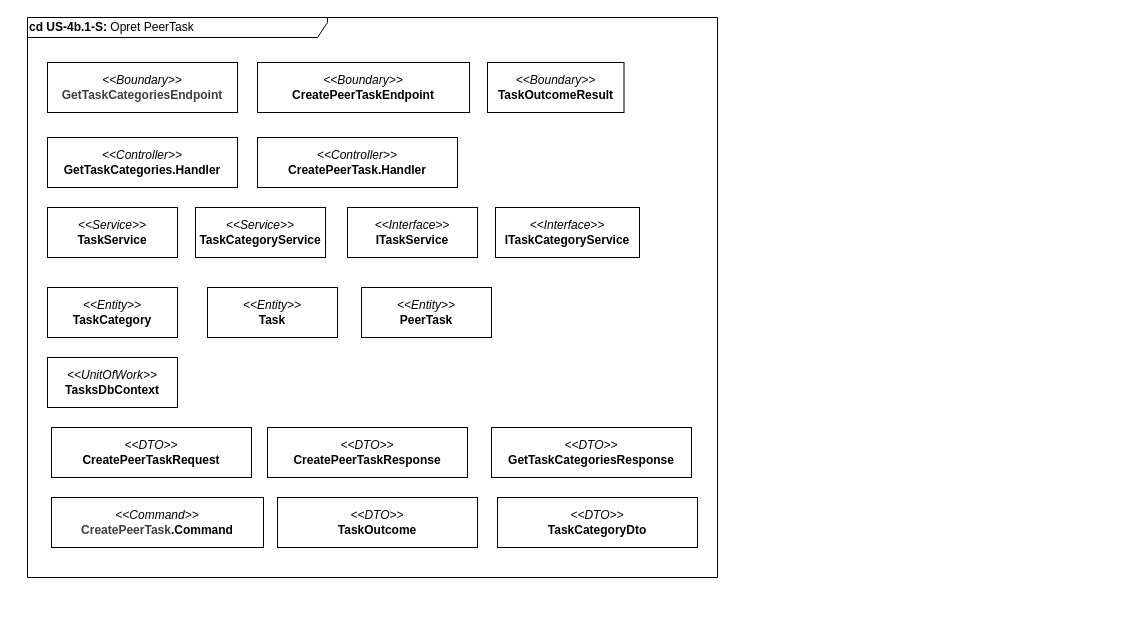
This is page "2 - klasser" (2 of 3) of drawio/Applikationsmodeller/US4b/BE/US4b_1_CreatePeerTask.drawio from Echo-AU/artifacts, a draw.io file, before an edit. Source tidied: cells renumbered, new cells numbered last; positions are measured from the earlier drawing's top-left corner, leaving out a move shared by most shapes. Both pictures are drawn from the tidied source at 100%, with x=0, y=0 at pixel (27, 17).
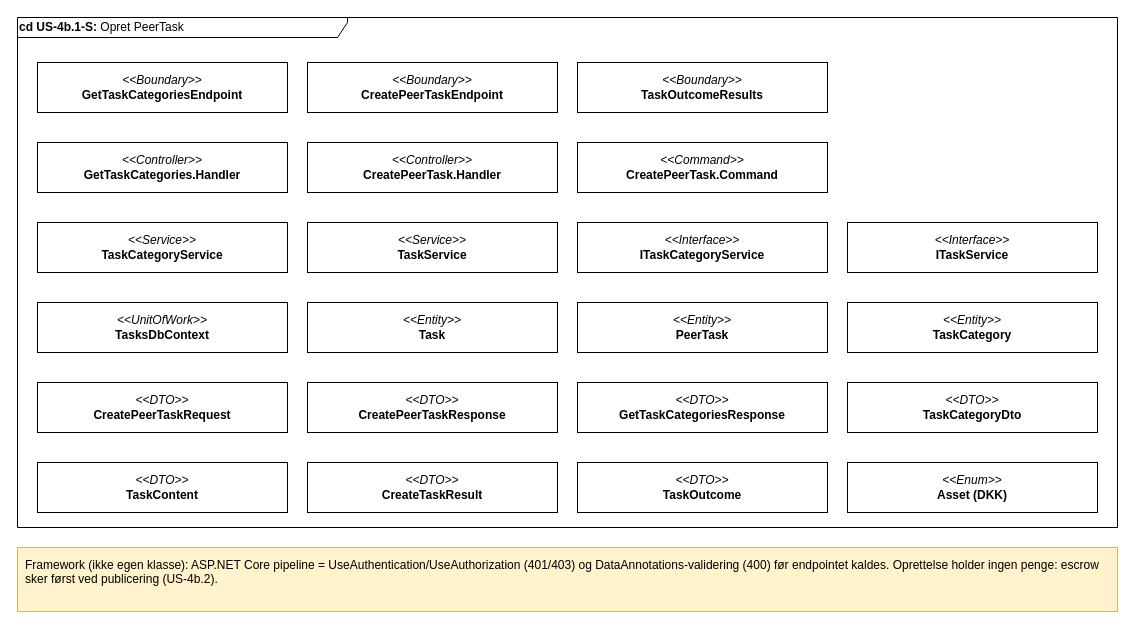
The same page after the edit.

Change to the diagram source:
```diff
@@
-    <mxCell id="0" />
-    <mxCell id="1" parent="0" />
+    <mxCell id="22" />
+    <mxCell id="23" parent="22" />
-    <mxCell id="2" value="&lt;b&gt;cd US-4b.1-S: &lt;/b&gt;Opret PeerTask" style="shape=umlFrame;whiteSpace=wrap;html=1;width=300;height=20;align=left;" parent="1" vertex="1">
-      <mxGeometry width="690" height="560" as="geometry" />
+    <mxCell id="2" value="&lt;b&gt;cd US-4b.1-S: &lt;/b&gt;Opret PeerTask" style="shape=umlFrame;whiteSpace=wrap;html=1;width=330;height=20;align=left;" parent="23" vertex="1">
+      <mxGeometry x="-10" width="1100" height="510" as="geometry" />
     </mxCell>
-    <mxCell id="3" value="&lt;span style=&quot;font-weight: normal;&quot;&gt;&lt;i&gt;&amp;lt;&amp;lt;Boundary&amp;gt;&amp;gt;&lt;/i&gt;&lt;/span&gt;&lt;div&gt;&lt;span style=&quot;color: rgb(63, 63, 63); scrollbar-color: rgba(121, 121, 121, 0.4) rgb(30, 30, 30);&quot;&gt;GetTaskCategoriesEndpoint&lt;/span&gt;&lt;/div&gt;" style="rounded=0;whiteSpace=wrap;html=1;fontStyle=1;" parent="1" vertex="1">
-      <mxGeometry x="20" y="45" width="190" height="50" as="geometry" />
+    <mxCell id="3" value="&lt;span style=&quot;font-weight: normal;&quot;&gt;&lt;i&gt;&amp;lt;&amp;lt;Boundary&amp;gt;&amp;gt;&lt;/i&gt;&lt;/span&gt;&lt;div&gt;GetTaskCategoriesEndpoint&lt;/div&gt;" style="rounded=0;whiteSpace=wrap;html=1;fontStyle=1;" parent="23" vertex="1">
+      <mxGeometry x="10" y="45" width="250" height="50" as="geometry" />
     </mxCell>
-    <mxCell id="4" value="&lt;span style=&quot;font-weight: normal;&quot;&gt;&lt;i&gt;&amp;lt;&amp;lt;Boundary&amp;gt;&amp;gt;&lt;/i&gt;&lt;/span&gt;&lt;div&gt;CreatePeerTaskEndpoint&lt;/div&gt;" style="rounded=0;whiteSpace=wrap;html=1;fontStyle=1;" parent="1" vertex="1">
-      <mxGeometry x="230" y="45" width="212" height="50" as="geometry" />
+    <mxCell id="4" value="&lt;span style=&quot;font-weight: normal;&quot;&gt;&lt;i&gt;&amp;lt;&amp;lt;Boundary&amp;gt;&amp;gt;&lt;/i&gt;&lt;/span&gt;&lt;div&gt;CreatePeerTaskEndpoint&lt;/div&gt;" style="rounded=0;whiteSpace=wrap;html=1;fontStyle=1;" parent="23" vertex="1">
+      <mxGeometry x="280" y="45" width="250" height="50" as="geometry" />
     </mxCell>
-    <mxCell id="5" value="&lt;span style=&quot;font-weight: normal;&quot;&gt;&lt;i&gt;&amp;lt;&amp;lt;Boundary&amp;gt;&amp;gt;&lt;/i&gt;&lt;/span&gt;&lt;div&gt;TaskOutcomeResult&lt;/div&gt;" style="rounded=0;whiteSpace=wrap;html=1;fontStyle=1;" parent="1" vertex="1">
-      <mxGeometry x="460" y="45" width="136.5" height="50" as="geometry" />
-    </mxCell>
+    <mxCell id="24" value="&lt;span style=&quot;font-weight: normal;&quot;&gt;&lt;i&gt;&amp;lt;&amp;lt;Boundary&amp;gt;&amp;gt;&lt;/i&gt;&lt;/span&gt;&lt;div&gt;TaskOutcomeResults&lt;/div&gt;" style="rounded=0;whiteSpace=wrap;html=1;fontStyle=1;" parent="23" vertex="1">
+      <mxGeometry x="550" y="45" width="250" height="50" as="geometry" />
+    </mxCell>
-    <mxCell id="6" value="&lt;span style=&quot;font-weight: normal;&quot;&gt;&lt;i&gt;&amp;lt;&amp;lt;Controller&amp;gt;&amp;gt;&lt;/i&gt;&lt;/span&gt;&lt;div&gt;GetTaskCategories.Handler&lt;/div&gt;" style="rounded=0;whiteSpace=wrap;html=1;fontStyle=1;" parent="1" vertex="1">
-      <mxGeometry x="20" y="120" width="190" height="50" as="geometry" />
+    <mxCell id="6" value="&lt;span style=&quot;font-weight: normal;&quot;&gt;&lt;i&gt;&amp;lt;&amp;lt;Controller&amp;gt;&amp;gt;&lt;/i&gt;&lt;/span&gt;&lt;div&gt;GetTaskCategories.Handler&lt;/div&gt;" style="rounded=0;whiteSpace=wrap;html=1;fontStyle=1;" parent="23" vertex="1">
+      <mxGeometry x="10" y="125" width="250" height="50" as="geometry" />
     </mxCell>
-    <mxCell id="7" value="&lt;span style=&quot;font-weight: normal;&quot;&gt;&lt;i&gt;&amp;lt;&amp;lt;Command&amp;gt;&amp;gt;&lt;br&gt;&lt;/i&gt;&lt;/span&gt;&lt;div&gt;&lt;span style=&quot;color: rgb(63, 63, 63); background-color: transparent;&quot;&gt;CreatePeerTask&lt;/span&gt;.Command&lt;/div&gt;" style="rounded=0;whiteSpace=wrap;html=1;fontStyle=1;" parent="1" vertex="1">
-      <mxGeometry x="24" y="480" width="212" height="50" as="geometry" />
-    </mxCell>
-    <mxCell id="8" value="&lt;span style=&quot;font-weight: normal;&quot;&gt;&lt;i&gt;&amp;lt;&amp;lt;DTO&amp;gt;&amp;gt;&lt;/i&gt;&lt;/span&gt;&lt;div&gt;CreatePeerTaskRequest&lt;/div&gt;" style="rounded=0;whiteSpace=wrap;html=1;fontStyle=1;" parent="1" vertex="1">
-      <mxGeometry x="24" y="410" width="200" height="50" as="geometry" />
-    </mxCell>
+    <mxCell id="12" value="&lt;span style=&quot;font-weight: normal;&quot;&gt;&lt;i&gt;&amp;lt;&amp;lt;Controller&amp;gt;&amp;gt;&lt;/i&gt;&lt;/span&gt;&lt;div&gt;CreatePeerTask.Handler&lt;/div&gt;" style="rounded=0;whiteSpace=wrap;html=1;fontStyle=1;" parent="23" vertex="1">
+      <mxGeometry x="280" y="125" width="250" height="50" as="geometry" />
+    </mxCell>
+    <mxCell id="25" value="&lt;span style=&quot;font-weight: normal;&quot;&gt;&lt;i&gt;&amp;lt;&amp;lt;Command&amp;gt;&amp;gt;&lt;/i&gt;&lt;/span&gt;&lt;div&gt;CreatePeerTask.Command&lt;/div&gt;" style="rounded=0;whiteSpace=wrap;html=1;fontStyle=1;" parent="23" vertex="1">
+      <mxGeometry x="550" y="125" width="250" height="50" as="geometry" />
+    </mxCell>
+    <mxCell id="13" value="&lt;span style=&quot;font-weight: normal;&quot;&gt;&lt;i&gt;&amp;lt;&amp;lt;Service&amp;gt;&amp;gt;&lt;/i&gt;&lt;/span&gt;&lt;div&gt;TaskCategoryService&lt;/div&gt;" style="rounded=0;whiteSpace=wrap;html=1;fontStyle=1;" parent="23" vertex="1">
+      <mxGeometry x="10" y="205" width="250" height="50" as="geometry" />
+    </mxCell>
-    <mxCell id="9" value="&lt;span style=&quot;font-weight: normal;&quot;&gt;&lt;i&gt;&amp;lt;&amp;lt;Service&amp;gt;&amp;gt;&lt;/i&gt;&lt;/span&gt;&lt;div&gt;TaskService&lt;/div&gt;" style="rounded=0;whiteSpace=wrap;html=1;fontStyle=1;" parent="1" vertex="1">
-      <mxGeometry x="20" y="190" width="130" height="50" as="geometry" />
+    <mxCell id="9" value="&lt;span style=&quot;font-weight: normal;&quot;&gt;&lt;i&gt;&amp;lt;&amp;lt;Service&amp;gt;&amp;gt;&lt;/i&gt;&lt;/span&gt;&lt;div&gt;TaskService&lt;/div&gt;" style="rounded=0;whiteSpace=wrap;html=1;fontStyle=1;" parent="23" vertex="1">
+      <mxGeometry x="280" y="205" width="250" height="50" as="geometry" />
     </mxCell>
+    <mxCell id="15" value="&lt;span style=&quot;font-weight: normal;&quot;&gt;&lt;i&gt;&amp;lt;&amp;lt;Interface&amp;gt;&amp;gt;&lt;/i&gt;&lt;/span&gt;&lt;div&gt;ITaskCategoryService&lt;/div&gt;" style="rounded=0;whiteSpace=wrap;html=1;fontStyle=1;" parent="23" vertex="1">
+      <mxGeometry x="550" y="205" width="250" height="50" as="geometry" />
+    </mxCell>
+    <mxCell id="14" value="&lt;span style=&quot;font-weight: normal;&quot;&gt;&lt;i&gt;&amp;lt;&amp;lt;Interface&amp;gt;&amp;gt;&lt;/i&gt;&lt;/span&gt;&lt;div&gt;ITaskService&lt;/div&gt;" style="rounded=0;whiteSpace=wrap;html=1;fontStyle=1;" parent="23" vertex="1">
+      <mxGeometry x="820" y="205" width="250" height="50" as="geometry" />
+    </mxCell>
-    <mxCell id="10" value="&lt;span style=&quot;font-weight: normal;&quot;&gt;&lt;i&gt;&amp;lt;&amp;lt;UnitOfWork&amp;gt;&amp;gt;&lt;/i&gt;&lt;/span&gt;&lt;div&gt;TasksDbContext&lt;/div&gt;" style="rounded=0;whiteSpace=wrap;html=1;fontStyle=1;" parent="1" vertex="1">
-      <mxGeometry x="20" y="340" width="130" height="50" as="geometry" />
+    <mxCell id="10" value="&lt;span style=&quot;font-weight: normal;&quot;&gt;&lt;i&gt;&amp;lt;&amp;lt;UnitOfWork&amp;gt;&amp;gt;&lt;/i&gt;&lt;/span&gt;&lt;div&gt;TasksDbContext&lt;/div&gt;" style="rounded=0;whiteSpace=wrap;html=1;fontStyle=1;" parent="23" vertex="1">
+      <mxGeometry x="10" y="285" width="250" height="50" as="geometry" />
     </mxCell>
-    <mxCell id="11" value="&lt;span style=&quot;font-weight: normal;&quot;&gt;&lt;i&gt;&amp;lt;&amp;lt;Entity&amp;gt;&amp;gt;&lt;/i&gt;&lt;/span&gt;&lt;div&gt;TaskCategory&lt;/div&gt;" style="rounded=0;whiteSpace=wrap;html=1;fontStyle=1;" parent="1" vertex="1">
-      <mxGeometry x="20" y="270" width="130" height="50" as="geometry" />
-    </mxCell>
-    <mxCell id="12" value="&lt;span style=&quot;font-weight: normal;&quot;&gt;&lt;i&gt;&amp;lt;&amp;lt;Controller&amp;gt;&amp;gt;&lt;/i&gt;&lt;/span&gt;&lt;div&gt;CreatePeerTask.Handler&lt;/div&gt;" style="rounded=0;whiteSpace=wrap;html=1;fontStyle=1;" parent="1" vertex="1">
-      <mxGeometry x="230" y="120" width="200" height="50" as="geometry" />
-    </mxCell>
-    <mxCell id="13" value="&lt;span style=&quot;font-weight: normal;&quot;&gt;&lt;i&gt;&amp;lt;&amp;lt;Service&amp;gt;&amp;gt;&lt;/i&gt;&lt;/span&gt;&lt;div&gt;TaskCategoryService&lt;/div&gt;" style="rounded=0;whiteSpace=wrap;html=1;fontStyle=1;" parent="1" vertex="1">
-      <mxGeometry x="168" y="190" width="130" height="50" as="geometry" />
-    </mxCell>
-    <mxCell id="14" value="&lt;span style=&quot;font-weight: normal;&quot;&gt;&lt;i&gt;&amp;lt;&amp;lt;Interface&amp;gt;&amp;gt;&lt;/i&gt;&lt;/span&gt;&lt;div&gt;ITaskService&lt;/div&gt;" style="rounded=0;whiteSpace=wrap;html=1;fontStyle=1;" parent="1" vertex="1">
-      <mxGeometry x="320" y="190" width="130" height="50" as="geometry" />
-    </mxCell>
-    <mxCell id="15" value="&lt;span style=&quot;font-weight: normal;&quot;&gt;&lt;i&gt;&amp;lt;&amp;lt;Interface&amp;gt;&amp;gt;&lt;/i&gt;&lt;/span&gt;&lt;div&gt;ITaskCategoryService&lt;/div&gt;" style="rounded=0;whiteSpace=wrap;html=1;fontStyle=1;" parent="1" vertex="1">
-      <mxGeometry x="468" y="190" width="144" height="50" as="geometry" />
-    </mxCell>
-    <mxCell id="16" value="&lt;span style=&quot;font-weight: normal;&quot;&gt;&lt;i&gt;&amp;lt;&amp;lt;Entity&amp;gt;&amp;gt;&lt;/i&gt;&lt;/span&gt;&lt;div&gt;Task&lt;/div&gt;" style="rounded=0;whiteSpace=wrap;html=1;fontStyle=1;" parent="1" vertex="1">
-      <mxGeometry x="180" y="270" width="130" height="50" as="geometry" />
+    <mxCell id="16" value="&lt;span style=&quot;font-weight: normal;&quot;&gt;&lt;i&gt;&amp;lt;&amp;lt;Entity&amp;gt;&amp;gt;&lt;/i&gt;&lt;/span&gt;&lt;div&gt;Task&lt;/div&gt;" style="rounded=0;whiteSpace=wrap;html=1;fontStyle=1;" parent="23" vertex="1">
+      <mxGeometry x="280" y="285" width="250" height="50" as="geometry" />
     </mxCell>
-    <mxCell id="17" value="&lt;span style=&quot;font-weight: normal;&quot;&gt;&lt;i&gt;&amp;lt;&amp;lt;Entity&amp;gt;&amp;gt;&lt;/i&gt;&lt;/span&gt;&lt;div&gt;PeerTask&lt;/div&gt;" style="rounded=0;whiteSpace=wrap;html=1;fontStyle=1;" parent="1" vertex="1">
-      <mxGeometry x="334" y="270" width="130" height="50" as="geometry" />
+    <mxCell id="17" value="&lt;span style=&quot;font-weight: normal;&quot;&gt;&lt;i&gt;&amp;lt;&amp;lt;Entity&amp;gt;&amp;gt;&lt;/i&gt;&lt;/span&gt;&lt;div&gt;PeerTask&lt;/div&gt;" style="rounded=0;whiteSpace=wrap;html=1;fontStyle=1;" parent="23" vertex="1">
+      <mxGeometry x="550" y="285" width="250" height="50" as="geometry" />
     </mxCell>
+    <mxCell id="11" value="&lt;span style=&quot;font-weight: normal;&quot;&gt;&lt;i&gt;&amp;lt;&amp;lt;Entity&amp;gt;&amp;gt;&lt;/i&gt;&lt;/span&gt;&lt;div&gt;TaskCategory&lt;/div&gt;" style="rounded=0;whiteSpace=wrap;html=1;fontStyle=1;" parent="23" vertex="1">
+      <mxGeometry x="820" y="285" width="250" height="50" as="geometry" />
+    </mxCell>
+    <mxCell id="8" value="&lt;span style=&quot;font-weight: normal;&quot;&gt;&lt;i&gt;&amp;lt;&amp;lt;DTO&amp;gt;&amp;gt;&lt;/i&gt;&lt;/span&gt;&lt;div&gt;CreatePeerTaskRequest&lt;/div&gt;" style="rounded=0;whiteSpace=wrap;html=1;fontStyle=1;" parent="23" vertex="1">
+      <mxGeometry x="10" y="365" width="250" height="50" as="geometry" />
+    </mxCell>
-    <mxCell id="18" value="&lt;span style=&quot;font-weight: normal;&quot;&gt;&lt;i&gt;&amp;lt;&amp;lt;DTO&amp;gt;&amp;gt;&lt;/i&gt;&lt;/span&gt;&lt;div&gt;CreatePeerTaskResponse&lt;/div&gt;" style="rounded=0;whiteSpace=wrap;html=1;fontStyle=1;" parent="1" vertex="1">
-      <mxGeometry x="240" y="410" width="200" height="50" as="geometry" />
+    <mxCell id="18" value="&lt;span style=&quot;font-weight: normal;&quot;&gt;&lt;i&gt;&amp;lt;&amp;lt;DTO&amp;gt;&amp;gt;&lt;/i&gt;&lt;/span&gt;&lt;div&gt;CreatePeerTaskResponse&lt;/div&gt;" style="rounded=0;whiteSpace=wrap;html=1;fontStyle=1;" parent="23" vertex="1">
+      <mxGeometry x="280" y="365" width="250" height="50" as="geometry" />
     </mxCell>
-    <mxCell id="19" value="&lt;span style=&quot;font-weight: normal;&quot;&gt;&lt;i&gt;&amp;lt;&amp;lt;DTO&amp;gt;&amp;gt;&lt;/i&gt;&lt;/span&gt;&lt;div&gt;GetTaskCategoriesResponse&lt;/div&gt;" style="rounded=0;whiteSpace=wrap;html=1;fontStyle=1;" parent="1" vertex="1">
-      <mxGeometry x="464" y="410" width="200" height="50" as="geometry" />
+    <mxCell id="19" value="&lt;span style=&quot;font-weight: normal;&quot;&gt;&lt;i&gt;&amp;lt;&amp;lt;DTO&amp;gt;&amp;gt;&lt;/i&gt;&lt;/span&gt;&lt;div&gt;GetTaskCategoriesResponse&lt;/div&gt;" style="rounded=0;whiteSpace=wrap;html=1;fontStyle=1;" parent="23" vertex="1">
+      <mxGeometry x="550" y="365" width="250" height="50" as="geometry" />
     </mxCell>
+    <mxCell id="21" value="&lt;span style=&quot;font-weight: normal;&quot;&gt;&lt;i&gt;&amp;lt;&amp;lt;DTO&amp;gt;&amp;gt;&lt;/i&gt;&lt;/span&gt;&lt;div&gt;TaskCategoryDto&lt;/div&gt;" style="rounded=0;whiteSpace=wrap;html=1;fontStyle=1;" parent="23" vertex="1">
+      <mxGeometry x="820" y="365" width="250" height="50" as="geometry" />
+    </mxCell>
+    <mxCell id="26" value="&lt;span style=&quot;font-weight: normal;&quot;&gt;&lt;i&gt;&amp;lt;&amp;lt;DTO&amp;gt;&amp;gt;&lt;/i&gt;&lt;/span&gt;&lt;div&gt;TaskContent&lt;/div&gt;" style="rounded=0;whiteSpace=wrap;html=1;fontStyle=1;" parent="23" vertex="1">
+      <mxGeometry x="10" y="445" width="250" height="50" as="geometry" />
+    </mxCell>
+    <mxCell id="27" value="&lt;span style=&quot;font-weight: normal;&quot;&gt;&lt;i&gt;&amp;lt;&amp;lt;DTO&amp;gt;&amp;gt;&lt;/i&gt;&lt;/span&gt;&lt;div&gt;CreateTaskResult&lt;/div&gt;" style="rounded=0;whiteSpace=wrap;html=1;fontStyle=1;" parent="23" vertex="1">
+      <mxGeometry x="280" y="445" width="250" height="50" as="geometry" />
+    </mxCell>
-    <mxCell id="20" value="&lt;span style=&quot;font-weight: normal;&quot;&gt;&lt;i&gt;&amp;lt;&amp;lt;DTO&amp;gt;&amp;gt;&lt;/i&gt;&lt;/span&gt;&lt;div&gt;TaskOutcome&lt;/div&gt;" style="rounded=0;whiteSpace=wrap;html=1;fontStyle=1;" parent="1" vertex="1">
-      <mxGeometry x="250" y="480" width="200" height="50" as="geometry" />
+    <mxCell id="20" value="&lt;span style=&quot;font-weight: normal;&quot;&gt;&lt;i&gt;&amp;lt;&amp;lt;DTO&amp;gt;&amp;gt;&lt;/i&gt;&lt;/span&gt;&lt;div&gt;TaskOutcome&lt;/div&gt;" style="rounded=0;whiteSpace=wrap;html=1;fontStyle=1;" parent="23" vertex="1">
+      <mxGeometry x="550" y="445" width="250" height="50" as="geometry" />
     </mxCell>
-    <mxCell id="21" value="&lt;span style=&quot;font-weight: normal;&quot;&gt;&lt;i&gt;&amp;lt;&amp;lt;DTO&amp;gt;&amp;gt;&lt;/i&gt;&lt;/span&gt;&lt;div&gt;TaskCategoryDto&lt;/div&gt;" style="rounded=0;whiteSpace=wrap;html=1;fontStyle=1;" parent="1" vertex="1">
-      <mxGeometry x="470" y="480" width="200" height="50" as="geometry" />
-    </mxCell>
+    <mxCell id="28" value="&lt;span style=&quot;font-weight: normal;&quot;&gt;&lt;i&gt;&amp;lt;&amp;lt;Enum&amp;gt;&amp;gt;&lt;/i&gt;&lt;/span&gt;&lt;div&gt;Asset (DKK)&lt;/div&gt;" style="rounded=0;whiteSpace=wrap;html=1;fontStyle=1;" parent="23" vertex="1">
+      <mxGeometry x="820" y="445" width="250" height="50" as="geometry" />
+    </mxCell>
+    <mxCell id="29" value="Framework (ikke egen klasse): ASP.NET Core pipeline = UseAuthentication/UseAuthorization (401/403) og DataAnnotations-validering (400) før endpointet kaldes. Oprettelse holder ingen penge: escrow sker først ved publicering (US-4b.2)." style="rounded=0;whiteSpace=wrap;html=1;fillColor=#fff2cc;strokeColor=#d6b656;align=left;verticalAlign=top;spacingLeft=6;spacingTop=4;" parent="23" vertex="1">
+      <mxGeometry x="-10" y="530" width="1100" height="64" as="geometry" />
+    </mxCell>
```
